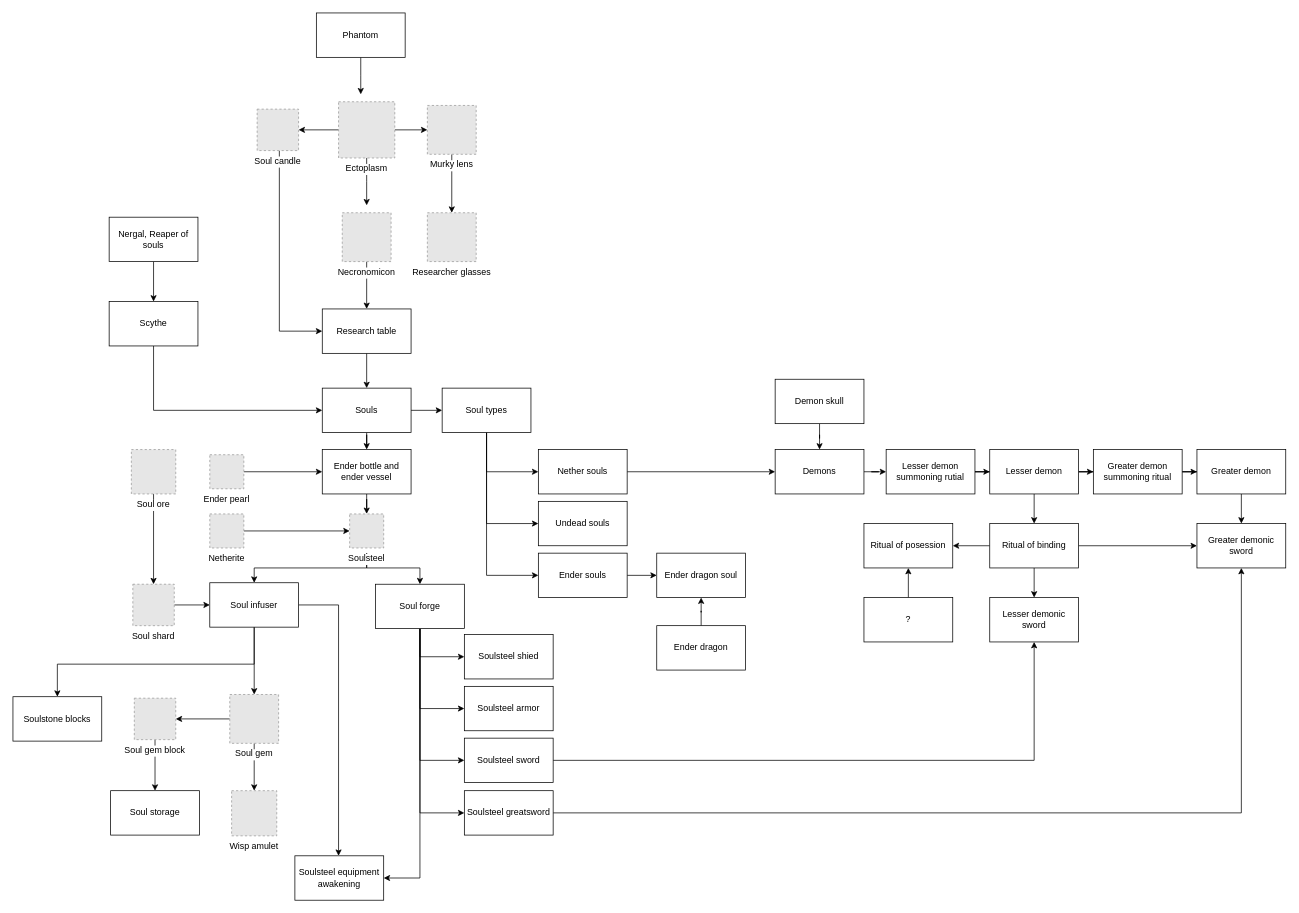
Earlier version of the draw.io diagram page "Soulforge" (13 of 13) of Solaris.drawio (x3rdev/solaris). Source tidied: cells renumbered, new cells numbered last; positions are measured from the earlier drawing's top-left corner, leaving out a move shared by most shapes. Both pictures are drawn from the tidied source at 74%, with x=0, y=0 at pixel (13, 13). Pictures stored in the file or linked from it are replaced by grey dashed boxes.
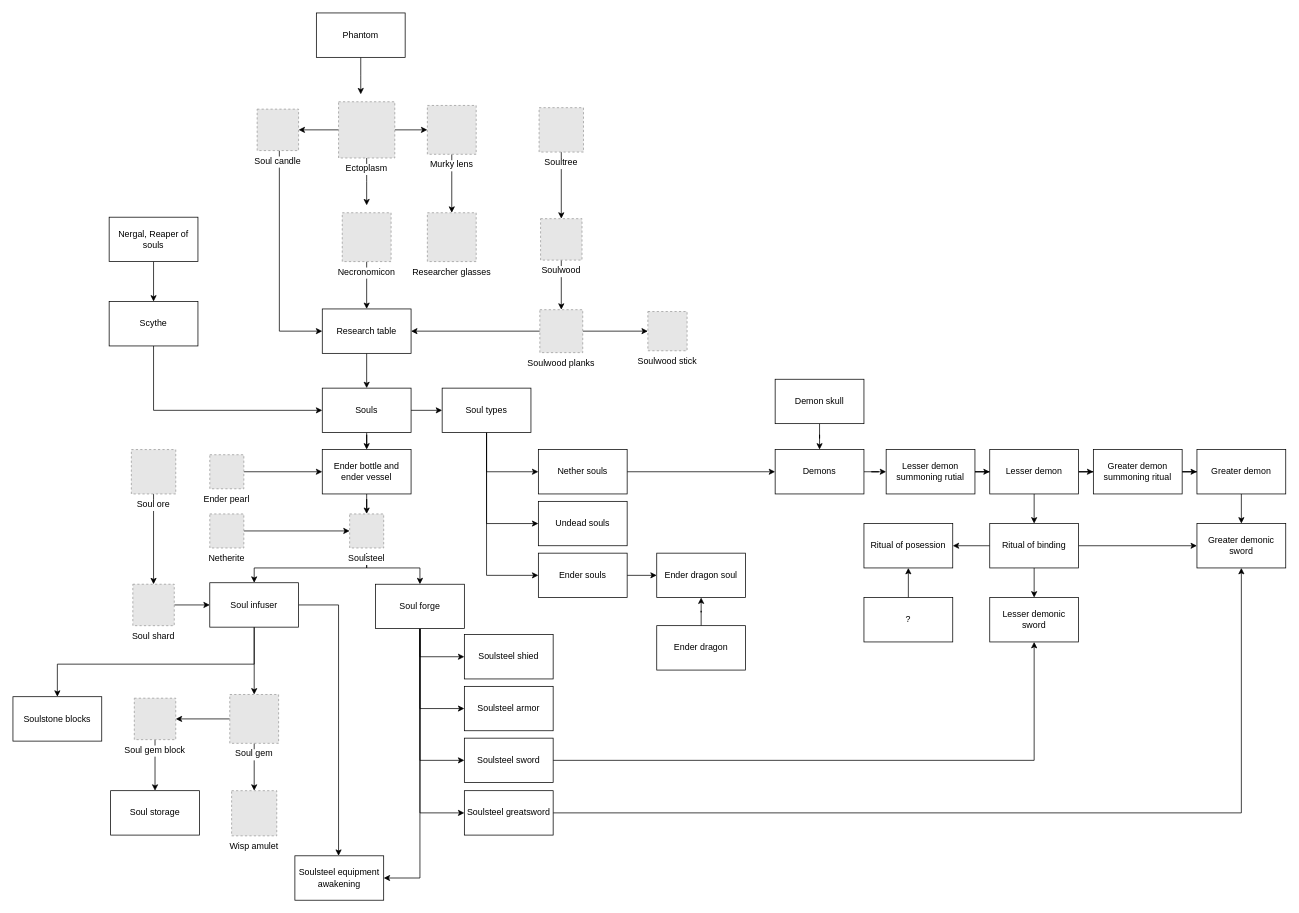
After the change.

Commit message:
Soulforge scheme update.drawio

Unchanged cells that the change refers to:
```xml
<mxCell id="23" value="Research table" style="rounded=0;whiteSpace=wrap;html=1;" parent="1" vertex="1">
  <mxGeometry x="418" y="400" width="120" height="60" as="geometry" />
</mxCell>
```

The edit, as a diff of the source:
```diff
@@
+    <mxCell id="96" style="edgeStyle=orthogonalEdgeStyle;rounded=0;jettySize=auto;html=1;" parent="1" edge="1" source="97" target="99">
+      <mxGeometry relative="1" as="geometry" />
+    </mxCell>
+    <mxCell id="97" value="Soultree" style="fillColor=#E6E6E6;strokeColor=#999999;dashed=1;verticalLabelPosition=bottom;labelBackgroundColor=default;verticalAlign=top;" parent="1" vertex="1">
+      <mxGeometry x="711" y="128" width="60" height="60" as="geometry" />
+    </mxCell>
+    <mxCell id="98" style="edgeStyle=orthogonalEdgeStyle;rounded=0;jettySize=auto;html=1;entryX=0.5;entryY=0;entryDx=0;entryDy=0;" parent="1" edge="1" source="99" target="102">
+      <mxGeometry relative="1" as="geometry" />
+    </mxCell>
+    <mxCell id="99" value="Soulwood" style="fillColor=#E6E6E6;strokeColor=#999999;dashed=1;verticalLabelPosition=bottom;labelBackgroundColor=default;verticalAlign=top;" parent="1" vertex="1">
+      <mxGeometry x="713" y="278" width="56" height="56" as="geometry" />
+    </mxCell>
+    <mxCell id="100" style="edgeStyle=orthogonalEdgeStyle;rounded=0;jettySize=auto;html=1;" parent="1" edge="1" source="102" target="23">
+      <mxGeometry relative="1" as="geometry" />
+    </mxCell>
+    <mxCell id="101" style="edgeStyle=orthogonalEdgeStyle;rounded=0;jettySize=auto;html=1;" parent="1" edge="1" source="102" target="103">
+      <mxGeometry relative="1" as="geometry" />
+    </mxCell>
+    <mxCell id="102" value="Soulwood planks" style="fillColor=#E6E6E6;strokeColor=#999999;dashed=1;verticalLabelPosition=bottom;labelBackgroundColor=default;verticalAlign=top;" parent="1" vertex="1">
+      <mxGeometry x="712" y="401" width="58" height="58" as="geometry" />
+    </mxCell>
+    <mxCell id="103" value="Soulwood stick" style="fillColor=#E6E6E6;strokeColor=#999999;dashed=1;verticalLabelPosition=bottom;labelBackgroundColor=default;verticalAlign=top;" parent="1" vertex="1">
+      <mxGeometry x="858" y="403.5" width="53" height="53" as="geometry" />
+    </mxCell>
```
